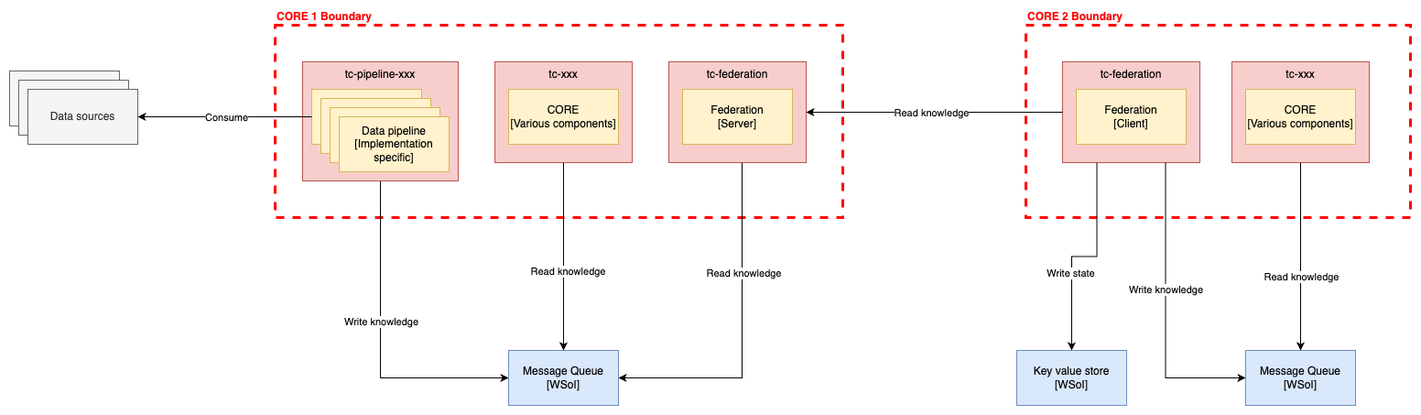
This is docs/images/deployment-federation.png from telicent-oss/k8s-oss-deployment, a draw.io export, as it was before one commit. Source tidied: cells renumbered, new cells last; positions are measured from the earlier drawing's top-left corner, leaving out a move shared by most shapes.
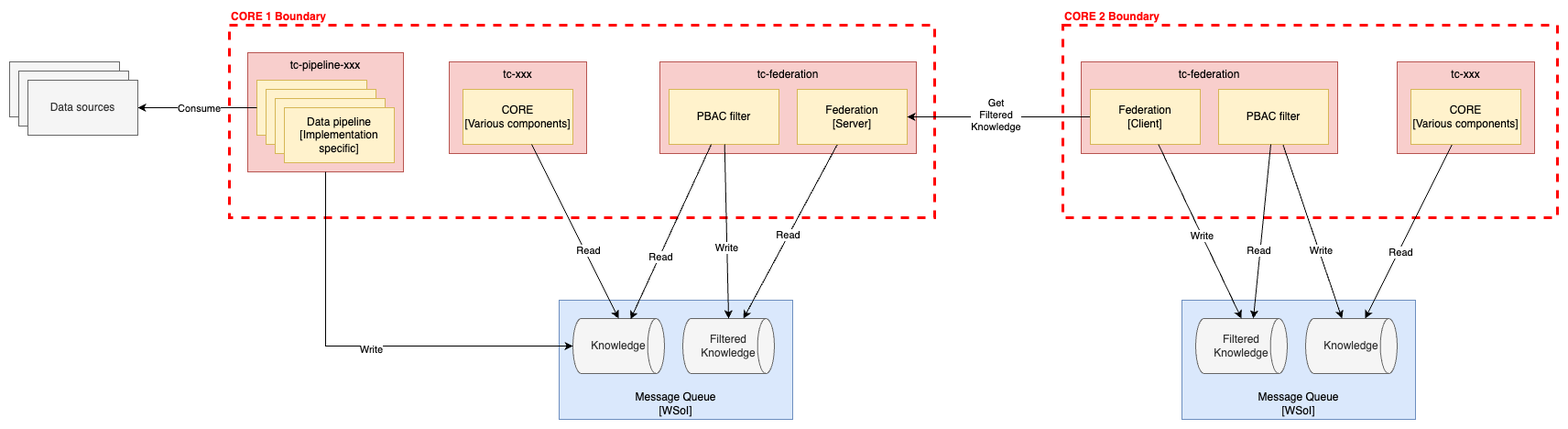
Later version of the same file.

Diff of the diagram source:
```diff
@@ -2,62 +2,44 @@
   <root>
     <mxCell id="0" />
     <mxCell id="1" parent="0" />
+    <mxCell id="9" value="Message Queue&lt;br&gt;[WSoI]" style="rounded=0;whiteSpace=wrap;html=1;fillColor=#dae8fc;strokeColor=#6c8ebf;verticalAlign=bottom;" parent="1" vertex="1">
+      <mxGeometry x="440" y="300" width="255" height="130" as="geometry" />
+    </mxCell>
     <mxCell id="2" value="CORE 1 Boundary" style="rounded=0;whiteSpace=wrap;html=1;fillColor=none;dashed=1;strokeWidth=3;strokeColor=#FF0000;verticalAlign=bottom;align=left;labelPosition=center;verticalLabelPosition=top;fontStyle=1;fontColor=#FF0000;" parent="1" vertex="1">
-      <mxGeometry x="290" width="620" height="210" as="geometry" />
+      <mxGeometry x="80" width="770" height="210" as="geometry" />
     </mxCell>
-    <mxCell id="3" style="edgeStyle=orthogonalEdgeStyle;rounded=0;jettySize=auto;html=1;entryX=1;entryY=0.5;entryDx=0;entryDy=0;" parent="1" edge="1" source="5" target="9">
-      <mxGeometry relative="1" as="geometry">
-        <Array as="points">
-          <mxPoint x="800" y="385" />
-        </Array>
-      </mxGeometry>
-    </mxCell>
-    <mxCell id="4" value="Read knowledge" style="edgeLabel;html=1;align=center;verticalAlign=middle;" parent="3" vertex="1">
-      <mxGeometry x="-0.35" y="1" relative="1" as="geometry" />
-    </mxCell>
     <mxCell id="5" value="tc-federation" style="rounded=0;whiteSpace=wrap;html=1;fillColor=#f8cecc;strokeColor=#b85450;verticalAlign=top;" parent="1" vertex="1">
-      <mxGeometry x="720" y="40" width="150" height="110" as="geometry" />
+      <mxGeometry x="550" y="40" width="280" height="100" as="geometry" />
     </mxCell>
+    <mxCell id="39" style="rounded=0;jettySize=auto;html=1;" parent="1" edge="1" source="6" target="43">
+      <mxGeometry relative="1" as="geometry" />
+    </mxCell>
+    <mxCell id="40" value="Read" style="edgeLabel;html=1;align=center;verticalAlign=middle;" parent="39" vertex="1">
+      <mxGeometry x="0.04" y="-1" relative="1" as="geometry" />
+    </mxCell>
     <mxCell id="6" value="Federation&lt;br&gt;[Server]" style="rounded=0;whiteSpace=wrap;html=1;fillColor=#fff2cc;strokeColor=#d6b656;" parent="1" vertex="1">
-      <mxGeometry x="735" y="70" width="120" height="60" as="geometry" />
+      <mxGeometry x="700" y="70" width="120" height="60" as="geometry" />
     </mxCell>
-    <mxCell id="7" style="edgeStyle=orthogonalEdgeStyle;rounded=0;jettySize=auto;html=1;entryX=0;entryY=0.5;entryDx=0;entryDy=0;exitX=0.5;exitY=1;exitDx=0;exitDy=0;" parent="1" edge="1" source="14" target="9">
-      <mxGeometry relative="1" as="geometry" />
-    </mxCell>
-    <mxCell id="8" value="Write knowledge" style="edgeLabel;html=1;align=center;verticalAlign=middle;" parent="7" vertex="1">
-      <mxGeometry x="-0.12" y="-3" relative="1" as="geometry">
-        <mxPoint x="3" y="-3" as="offset" />
-      </mxGeometry>
-    </mxCell>
-    <mxCell id="9" value="Message Queue&lt;br&gt;[WSoI]" style="rounded=0;whiteSpace=wrap;html=1;fillColor=#dae8fc;strokeColor=#6c8ebf;" parent="1" vertex="1">
-      <mxGeometry x="545" y="355" width="120" height="60" as="geometry" />
-    </mxCell>
-    <mxCell id="10" style="edgeStyle=orthogonalEdgeStyle;rounded=0;jettySize=auto;html=1;entryX=0.5;entryY=0;entryDx=0;entryDy=0;" parent="1" edge="1" source="12" target="9">
-      <mxGeometry relative="1" as="geometry" />
-    </mxCell>
-    <mxCell id="11" value="Read knowledge" style="edgeLabel;html=1;align=center;verticalAlign=middle;" parent="10" vertex="1">
-      <mxGeometry x="0.15" y="4" relative="1" as="geometry" />
-    </mxCell>
     <mxCell id="12" value="tc-xxx" style="rounded=0;whiteSpace=wrap;html=1;fillColor=#f8cecc;strokeColor=#b85450;verticalAlign=top;" parent="1" vertex="1">
-      <mxGeometry x="530" y="40" width="150" height="110" as="geometry" />
+      <mxGeometry x="320" y="40" width="150" height="100" as="geometry" />
     </mxCell>
     <mxCell id="13" value="CORE&lt;div&gt;[Various components]&lt;/div&gt;" style="rounded=0;whiteSpace=wrap;html=1;fillColor=#fff2cc;strokeColor=#d6b656;" parent="1" vertex="1">
-      <mxGeometry x="545" y="70" width="120" height="60" as="geometry" />
+      <mxGeometry x="335" y="70" width="120" height="60" as="geometry" />
     </mxCell>
     <mxCell id="14" value="tc-pipeline-xxx" style="rounded=0;whiteSpace=wrap;html=1;fillColor=#f8cecc;strokeColor=#b85450;verticalAlign=top;" parent="1" vertex="1">
-      <mxGeometry x="320" y="40" width="170" height="130" as="geometry" />
+      <mxGeometry x="100" y="30" width="170" height="130" as="geometry" />
     </mxCell>
     <mxCell id="15" value="Data pipeline&lt;br&gt;[Implementation specific]" style="rounded=0;whiteSpace=wrap;html=1;fillColor=#fff2cc;strokeColor=#d6b656;" parent="1" vertex="1">
-      <mxGeometry x="330" y="70" width="120" height="60" as="geometry" />
+      <mxGeometry x="110" y="60" width="120" height="60" as="geometry" />
     </mxCell>
     <mxCell id="16" value="Data pipeline&lt;br&gt;[Implementation specific]" style="rounded=0;whiteSpace=wrap;html=1;fillColor=#fff2cc;strokeColor=#d6b656;" parent="1" vertex="1">
-      <mxGeometry x="340" y="80" width="120" height="60" as="geometry" />
+      <mxGeometry x="120" y="70" width="120" height="60" as="geometry" />
     </mxCell>
     <mxCell id="17" value="Data pipeline&lt;br&gt;[Implementation specific]" style="rounded=0;whiteSpace=wrap;html=1;fillColor=#fff2cc;strokeColor=#d6b656;" parent="1" vertex="1">
-      <mxGeometry x="350" y="90" width="120" height="60" as="geometry" />
+      <mxGeometry x="130" y="80" width="120" height="60" as="geometry" />
     </mxCell>
     <mxCell id="18" value="Data pipeline&lt;br&gt;[Implementation specific]" style="rounded=0;whiteSpace=wrap;html=1;fillColor=#fff2cc;strokeColor=#d6b656;" parent="1" vertex="1">
-      <mxGeometry x="360" y="100" width="120" height="60" as="geometry" />
+      <mxGeometry x="140" y="90" width="120" height="60" as="geometry" />
     </mxCell>
     <mxCell id="19" style="edgeStyle=orthogonalEdgeStyle;rounded=0;jettySize=auto;html=1;entryX=1;entryY=0.5;entryDx=0;entryDy=0;exitX=0;exitY=0.5;exitDx=0;exitDy=0;" parent="1" edge="1" source="15" target="23">
       <mxGeometry relative="1" as="geometry" />
@@ -66,60 +48,107 @@
       <mxGeometry x="-0.01" relative="1" as="geometry" />
     </mxCell>
     <mxCell id="21" value="Data sources" style="rounded=0;whiteSpace=wrap;html=1;fillColor=#f5f5f5;fontColor=#333333;strokeColor=#666666;" parent="1" vertex="1">
-      <mxGeometry y="50" width="120" height="60" as="geometry" />
+      <mxGeometry x="-160" y="40" width="120" height="60" as="geometry" />
     </mxCell>
     <mxCell id="22" value="Data sources" style="rounded=0;whiteSpace=wrap;html=1;fillColor=#f5f5f5;fontColor=#333333;strokeColor=#666666;" parent="1" vertex="1">
-      <mxGeometry x="10" y="60" width="120" height="60" as="geometry" />
+      <mxGeometry x="-150" y="50" width="120" height="60" as="geometry" />
     </mxCell>
     <mxCell id="23" value="Data sources" style="rounded=0;whiteSpace=wrap;html=1;fillColor=#f5f5f5;fontColor=#333333;strokeColor=#666666;" parent="1" vertex="1">
-      <mxGeometry x="20" y="70" width="120" height="60" as="geometry" />
+      <mxGeometry x="-140" y="60" width="120" height="60" as="geometry" />
     </mxCell>
     <mxCell id="24" value="CORE 2 Boundary" style="rounded=0;whiteSpace=wrap;html=1;fillColor=none;dashed=1;strokeWidth=3;strokeColor=#FF0000;verticalAlign=bottom;align=left;labelPosition=center;verticalLabelPosition=top;fontStyle=1;fontColor=#FF0000;" parent="1" vertex="1">
-      <mxGeometry x="1110" width="420" height="210" as="geometry" />
+      <mxGeometry x="990" width="540" height="210" as="geometry" />
     </mxCell>
+    <mxCell id="41" value="PBAC filter" style="rounded=0;whiteSpace=wrap;html=1;fillColor=#fff2cc;strokeColor=#d6b656;" parent="1" vertex="1">
+      <mxGeometry x="560" y="70" width="120" height="60" as="geometry" />
+    </mxCell>
+    <mxCell id="42" value="Knowledge" style="strokeWidth=1;html=1;shape=mxgraph.flowchart.direct_data;whiteSpace=wrap;fillColor=#f5f5f5;fontColor=#333333;strokeColor=#666666;" parent="1" vertex="1">
+      <mxGeometry x="455" y="320" width="100" height="60" as="geometry" />
+    </mxCell>
+    <mxCell id="43" value="&lt;div&gt;Filtered&lt;/div&gt;Knowledge" style="strokeWidth=1;html=1;shape=mxgraph.flowchart.direct_data;whiteSpace=wrap;fillColor=#f5f5f5;fontColor=#333333;strokeColor=#666666;" parent="1" vertex="1">
+      <mxGeometry x="575" y="320" width="100" height="60" as="geometry" />
+    </mxCell>
+    <mxCell id="44" style="rounded=0;jettySize=auto;html=1;entryX=0.63;entryY=0.011;entryDx=0;entryDy=0;entryPerimeter=0;" parent="1" edge="1" source="41" target="42">
+      <mxGeometry relative="1" as="geometry" />
+    </mxCell>
+    <mxCell id="45" value="Read" style="edgeLabel;html=1;align=center;verticalAlign=middle;" parent="44" vertex="1">
+      <mxGeometry x="0.29" y="1" relative="1" as="geometry" />
+    </mxCell>
+    <mxCell id="46" style="edgeStyle=orthogonalEdgeStyle;rounded=0;jettySize=auto;html=1;entryX=0;entryY=0.5;entryDx=0;entryDy=0;entryPerimeter=0;" parent="1" edge="1" source="14" target="42">
+      <mxGeometry relative="1" as="geometry">
+        <Array as="points">
+          <mxPoint x="185" y="350" />
+        </Array>
+      </mxGeometry>
+    </mxCell>
+    <mxCell id="47" value="Write" style="edgeLabel;html=1;align=center;verticalAlign=middle;" parent="46" vertex="1">
+      <mxGeometry x="0.04" y="-3" relative="1" as="geometry" />
+    </mxCell>
+    <mxCell id="48" style="rounded=0;jettySize=auto;html=1;entryX=0.5;entryY=0;entryDx=0;entryDy=0;entryPerimeter=0;" parent="1" edge="1" source="13" target="42">
+      <mxGeometry relative="1" as="geometry" />
+    </mxCell>
+    <mxCell id="49" value="Read" style="edgeLabel;html=1;align=center;verticalAlign=middle;" parent="48" vertex="1">
+      <mxGeometry x="0.23" y="3" relative="1" as="geometry" />
+    </mxCell>
+    <mxCell id="31" value="Message Queue&lt;br&gt;[WSoI]" style="rounded=0;whiteSpace=wrap;html=1;fillColor=#dae8fc;strokeColor=#6c8ebf;verticalAlign=bottom;" parent="1" vertex="1">
+      <mxGeometry x="1120" y="300" width="255" height="130" as="geometry" />
+    </mxCell>
     <mxCell id="25" value="tc-federation" style="rounded=0;whiteSpace=wrap;html=1;fillColor=#f8cecc;strokeColor=#b85450;verticalAlign=top;" parent="1" vertex="1">
-      <mxGeometry x="1150" y="40" width="150" height="110" as="geometry" />
+      <mxGeometry x="1010" y="40" width="280" height="100" as="geometry" />
     </mxCell>
-    <mxCell id="26" style="edgeStyle=orthogonalEdgeStyle;rounded=0;jettySize=auto;html=1;exitX=0;exitY=0.5;exitDx=0;exitDy=0;" parent="1" edge="1" source="25" target="5">
-      <mxGeometry relative="1" as="geometry" />
-    </mxCell>
-    <mxCell id="27" value="Read knowledge" style="edgeLabel;html=1;align=center;verticalAlign=middle;" parent="26" vertex="1">
-      <mxGeometry x="0.03" relative="1" as="geometry" />
-    </mxCell>
+    <mxCell id="50" style="rounded=0;jettySize=auto;html=1;" parent="1" edge="1" source="52" target="58">
+      <mxGeometry relative="1" as="geometry" />
+    </mxCell>
+    <mxCell id="51" value="Write" style="edgeLabel;html=1;align=center;verticalAlign=middle;" parent="50" vertex="1">
+      <mxGeometry x="0.23" y="2" relative="1" as="geometry" />
+    </mxCell>
+    <mxCell id="52" value="PBAC filter" style="rounded=0;whiteSpace=wrap;html=1;fillColor=#fff2cc;strokeColor=#d6b656;" parent="1" vertex="1">
+      <mxGeometry x="1160" y="70" width="120" height="60" as="geometry" />
+    </mxCell>
+    <mxCell id="34" value="tc-xxx" style="rounded=0;whiteSpace=wrap;html=1;fillColor=#f8cecc;strokeColor=#b85450;verticalAlign=top;" parent="1" vertex="1">
+      <mxGeometry x="1355" y="40" width="150" height="100" as="geometry" />
+    </mxCell>
+    <mxCell id="53" style="rounded=0;jettySize=auto;html=1;" parent="1" edge="1" source="35" target="58">
+      <mxGeometry relative="1" as="geometry" />
+    </mxCell>
+    <mxCell id="54" value="Read" style="edgeLabel;html=1;align=center;verticalAlign=middle;" parent="53" vertex="1">
+      <mxGeometry x="0.22" y="2" relative="1" as="geometry" />
+    </mxCell>
+    <mxCell id="35" value="CORE&lt;div&gt;[Various components]&lt;/div&gt;" style="rounded=0;whiteSpace=wrap;html=1;fillColor=#fff2cc;strokeColor=#d6b656;" parent="1" vertex="1">
+      <mxGeometry x="1370" y="70" width="120" height="60" as="geometry" />
+    </mxCell>
+    <mxCell id="55" style="edgeStyle=orthogonalEdgeStyle;rounded=0;jettySize=auto;html=1;" parent="1" edge="1" source="28" target="6">
+      <mxGeometry relative="1" as="geometry" />
+    </mxCell>
+    <mxCell id="56" value="Get&lt;div&gt;Filtered&lt;/div&gt;&lt;div&gt;Knowledge&lt;/div&gt;" style="edgeLabel;html=1;align=center;verticalAlign=middle;" parent="55" vertex="1">
+      <mxGeometry x="0.04" y="-3" relative="1" as="geometry" />
+    </mxCell>
-    <mxCell id="28" value="Federation&lt;br&gt;[Client]" style="rounded=0;whiteSpace=wrap;html=1;fillColor=#fff2cc;strokeColor=#d6b656;" parent="1" vertex="1">
-      <mxGeometry x="1165" y="70" width="120" height="60" as="geometry" />
+    <mxCell id="28" value="Federation&lt;div&gt;[Client]&lt;/div&gt;" style="rounded=0;whiteSpace=wrap;html=1;fillColor=#fff2cc;strokeColor=#d6b656;" parent="1" vertex="1">
+      <mxGeometry x="1020" y="70" width="120" height="60" as="geometry" />
     </mxCell>
-    <mxCell id="29" style="edgeStyle=orthogonalEdgeStyle;rounded=0;jettySize=auto;html=1;entryX=0;entryY=0.5;entryDx=0;entryDy=0;exitX=0.75;exitY=1;exitDx=0;exitDy=0;" parent="1" edge="1" source="25" target="31">
-      <mxGeometry relative="1" as="geometry" />
-    </mxCell>
-    <mxCell id="30" value="Write knowledge" style="edgeLabel;html=1;align=center;verticalAlign=middle;" parent="29" vertex="1">
-      <mxGeometry x="-0.12" y="-3" relative="1" as="geometry">
-        <mxPoint x="3" y="-3" as="offset" />
-      </mxGeometry>
-    </mxCell>
-    <mxCell id="31" value="Message Queue&lt;br&gt;[WSoI]" style="rounded=0;whiteSpace=wrap;html=1;fillColor=#dae8fc;strokeColor=#6c8ebf;" parent="1" vertex="1">
-      <mxGeometry x="1350" y="355" width="120" height="60" as="geometry" />
-    </mxCell>
-    <mxCell id="32" style="edgeStyle=orthogonalEdgeStyle;rounded=0;jettySize=auto;html=1;entryX=0.5;entryY=0;entryDx=0;entryDy=0;" parent="1" edge="1" source="34" target="31">
-      <mxGeometry relative="1" as="geometry" />
-    </mxCell>
-    <mxCell id="33" value="Read knowledge" style="edgeLabel;html=1;align=center;verticalAlign=middle;" parent="32" vertex="1">
-      <mxGeometry x="0.21" relative="1" as="geometry" />
-    </mxCell>
-    <mxCell id="34" value="tc-xxx" style="rounded=0;whiteSpace=wrap;html=1;fillColor=#f8cecc;strokeColor=#b85450;verticalAlign=top;" parent="1" vertex="1">
-      <mxGeometry x="1335" y="40" width="150" height="110" as="geometry" />
-    </mxCell>
-    <mxCell id="35" value="CORE&lt;div&gt;[Various components]&lt;/div&gt;" style="rounded=0;whiteSpace=wrap;html=1;fillColor=#fff2cc;strokeColor=#d6b656;" parent="1" vertex="1">
-      <mxGeometry x="1350" y="70" width="120" height="60" as="geometry" />
-    </mxCell>
-    <mxCell id="36" style="edgeStyle=orthogonalEdgeStyle;rounded=0;jettySize=auto;html=1;entryX=0.25;entryY=1;entryDx=0;entryDy=0;startArrow=classic;startFill=1;endArrow=none;endFill=0;" parent="1" edge="1" source="38" target="25">
-      <mxGeometry relative="1" as="geometry" />
-    </mxCell>
-    <mxCell id="37" value="Write state" style="edgeLabel;html=1;align=center;verticalAlign=middle;" parent="36" vertex="1">
-      <mxGeometry x="-0.27" y="2" relative="1" as="geometry" />
-    </mxCell>
-    <mxCell id="38" value="Key value store&lt;div&gt;[WSoI]&lt;/div&gt;" style="rounded=0;whiteSpace=wrap;html=1;fillColor=#dae8fc;strokeColor=#6c8ebf;" parent="1" vertex="1">
-      <mxGeometry x="1100" y="355" width="120" height="60" as="geometry" />
-    </mxCell>
+    <mxCell id="57" value="&lt;div&gt;Filtered&lt;/div&gt;Knowledge" style="strokeWidth=1;html=1;shape=mxgraph.flowchart.direct_data;whiteSpace=wrap;fillColor=#f5f5f5;fontColor=#333333;strokeColor=#666666;" parent="1" vertex="1">
+      <mxGeometry x="1135" y="320" width="100" height="60" as="geometry" />
+    </mxCell>
+    <mxCell id="58" value="&lt;div&gt;&lt;span style=&quot;background-color: initial;&quot;&gt;Knowledge&lt;/span&gt;&lt;/div&gt;" style="strokeWidth=1;html=1;shape=mxgraph.flowchart.direct_data;whiteSpace=wrap;fillColor=#f5f5f5;fontColor=#333333;strokeColor=#666666;" parent="1" vertex="1">
+      <mxGeometry x="1255" y="320" width="100" height="60" as="geometry" />
+    </mxCell>
+    <mxCell id="59" style="rounded=0;jettySize=auto;html=1;entryX=0.5;entryY=0;entryDx=0;entryDy=0;entryPerimeter=0;" parent="1" edge="1" source="28" target="57">
+      <mxGeometry relative="1" as="geometry" />
+    </mxCell>
+    <mxCell id="60" value="Write" style="edgeLabel;html=1;align=center;verticalAlign=middle;" parent="59" vertex="1">
+      <mxGeometry x="0.04" relative="1" as="geometry" />
+    </mxCell>
+    <mxCell id="61" style="rounded=0;jettySize=auto;html=1;entryX=0.5;entryY=0;entryDx=0;entryDy=0;entryPerimeter=0;" parent="1" edge="1" source="41" target="43">
+      <mxGeometry relative="1" as="geometry" />
+    </mxCell>
+    <mxCell id="62" value="Write" style="edgeLabel;html=1;align=center;verticalAlign=middle;" parent="61" vertex="1">
+      <mxGeometry x="0.19" y="-1" relative="1" as="geometry" />
+    </mxCell>
+    <mxCell id="63" style="rounded=0;jettySize=auto;html=1;entryX=0.63;entryY=0;entryDx=0;entryDy=0;entryPerimeter=0;" parent="1" edge="1" source="52" target="57">
+      <mxGeometry relative="1" as="geometry" />
+    </mxCell>
+    <mxCell id="64" value="Read" style="edgeLabel;html=1;align=center;verticalAlign=middle;" parent="63" vertex="1">
+      <mxGeometry x="0.21" y="-2" relative="1" as="geometry" />
+    </mxCell>
   </root>
 </mxGraphModel>
```
